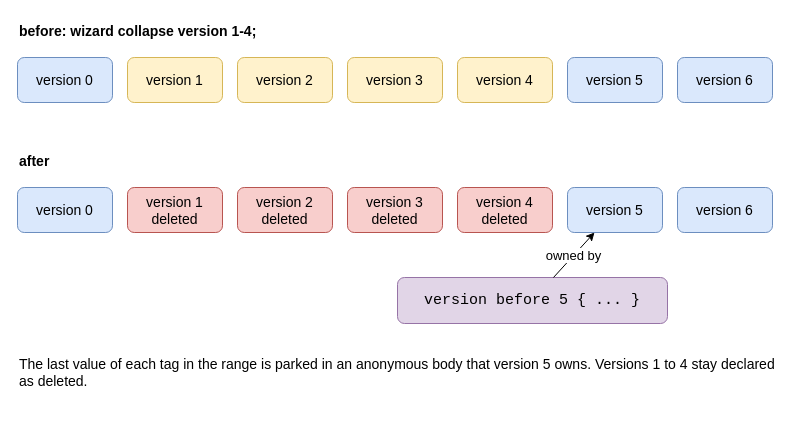
The draw.io diagram drawio/25_collapse.drawio in goloveshin/galimatron_doc, before the edit. Source tidied: cells renumbered, new cells numbered last; positions are measured from the earlier drawing's top-left corner, leaving out a move shared by most shapes. Both pictures are drawn from the tidied source at 100%, with x=0, y=0 at pixel (17, 17).
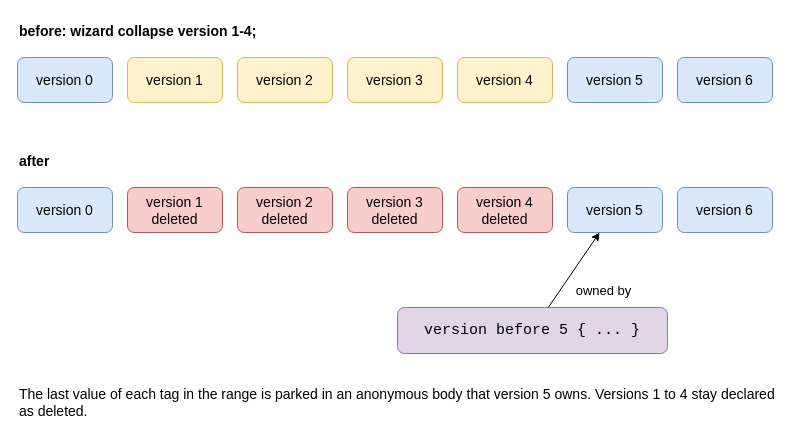
The same diagram, later.

Unchanged cells that the change refers to:
```xml
<mxCell id="17" value="version 5" style="rounded=1;whiteSpace=wrap;html=1;fillColor=#dae8fc;strokeColor=#6c8ebf;fontSize=14;" parent="1" vertex="1">
  <mxGeometry x="550" y="170" width="95" height="45" as="geometry" />
</mxCell>
```

What changed in the source:
```diff
@@
     <mxCell id="16" value="version before 5 { ... }" style="rounded=1;whiteSpace=wrap;html=1;fillColor=#e1d5e7;strokeColor=#9673a6;fontFamily=Courier New;fontSize=15;" parent="1" vertex="1">
-      <mxGeometry x="380" y="260" width="270" height="46" as="geometry" />
+      <mxGeometry x="380" y="290" width="270" height="46" as="geometry" />
     </mxCell>
@@
-    <mxCell id="19" value="owned by" style="endArrow=classic;html=1;labelBackgroundColor=#ffffff;edgeStyle=none;fontSize=13;" parent="1" edge="1" source="16" target="17">
-      <mxGeometry relative="1" as="geometry" />
+    <mxCell id="19" value="owned by" style="endArrow=classic;html=1;edgeStyle=none;fontSize=13;" parent="1" edge="1" source="16" target="17">
+      <mxGeometry relative="1" as="geometry">
+        <mxPoint x="30" y="20" as="offset" />
+      </mxGeometry>
     </mxCell>
     <mxCell id="20" value="The last value of each tag in the range is parked in an anonymous body that version 5 owns. Versions 1 to 4 stay declared as deleted." style="text;html=1;whiteSpace=wrap;verticalAlign=middle;align=left;fontSize=14;" parent="1" vertex="1">
-      <mxGeometry y="330" width="770" height="50" as="geometry" />
+      <mxGeometry y="360" width="770" height="50" as="geometry" />
     </mxCell>
```
